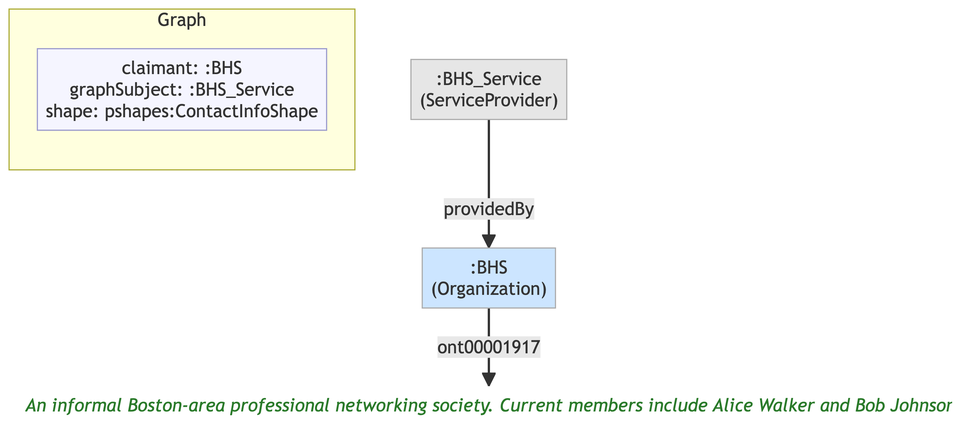
Above: example/graphs/images/graph-01.png in MeeFoundation/mia-ontologies (Mermaid), before the change. Its source is kept beside it as example/graphs/images/graph-01.mmd. Its diagram source:
```mermaid
flowchart TD
    classDef person fill:#fffacd,stroke:#aaa,color:#333
    classDef org    fill:#cce5ff,stroke:#aaa,color:#333
    classDef service fill:#e6e6e6,stroke:#aaa,color:#333
    classDef lit    fill:none,stroke:none,font-style:italic,color:#2a7a2a
    classDef meta   fill:#f5f5ff,stroke:#9999cc,color:#333

    subgraph ctx["Graph"]
        direction LR
        ctx_meta["claimant: :BHS\ngraphSubject: :BHS_Service\nshape: pshapes:ContactInfoShape"]:::meta
    end

    n8eb8cf796f42[":BHS\n(Organization)"]:::org
    ne243556d1e2c("An informal Boston-area professional networking society. Current members include Alice Walker and Bob Johnson."):::lit
    n4b40da4ec70f[":BHS_Service\n(ServiceProvider)"]:::service

    n8eb8cf796f42 -->|"ont00001917"| ne243556d1e2c
    n4b40da4ec70f -->|"providedBy"| n8eb8cf796f42
```
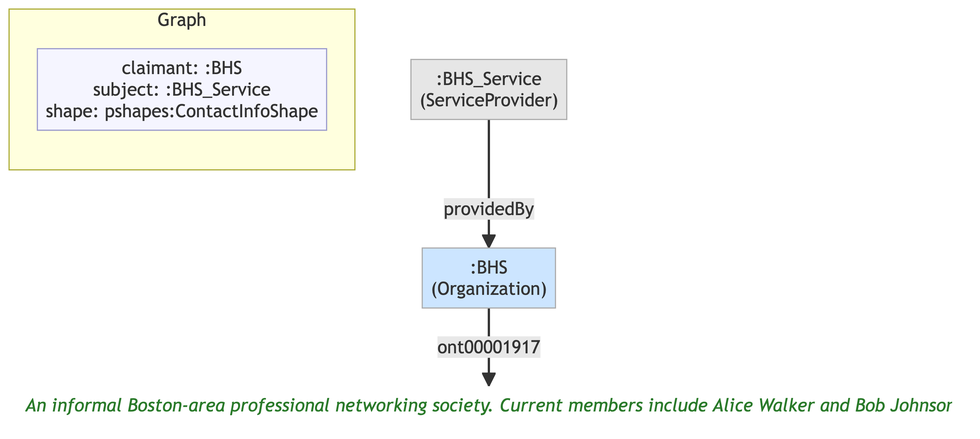
After the change.

Diff of the diagram source:
```diff
@@ -7,12 +7,12 @@
 
     subgraph ctx["Graph"]
         direction LR
-        ctx_meta["claimant: :BHS\ngraphSubject: :BHS_Service\nshape: pshapes:ContactInfoShape"]:::meta
+        ctx_meta["claimant: :BHS\nsubject: :BHS_Service\nshape: pshapes:ContactInfoShape"]:::meta
     end
 
     n8eb8cf796f42[":BHS\n(Organization)"]:::org
-    ne243556d1e2c("An informal Boston-area professional networking society. Current members include Alice Walker and Bob Johnson."):::lit
+    nf35688b3fd3f("An informal Boston-area professional networking society. Current members include Alice Walker and Bob Johnson."):::lit
     n4b40da4ec70f[":BHS_Service\n(ServiceProvider)"]:::service
 
-    n8eb8cf796f42 -->|"ont00001917"| ne243556d1e2c
+    n8eb8cf796f42 -->|"ont00001917"| nf35688b3fd3f
     n4b40da4ec70f -->|"providedBy"| n8eb8cf796f42
```
